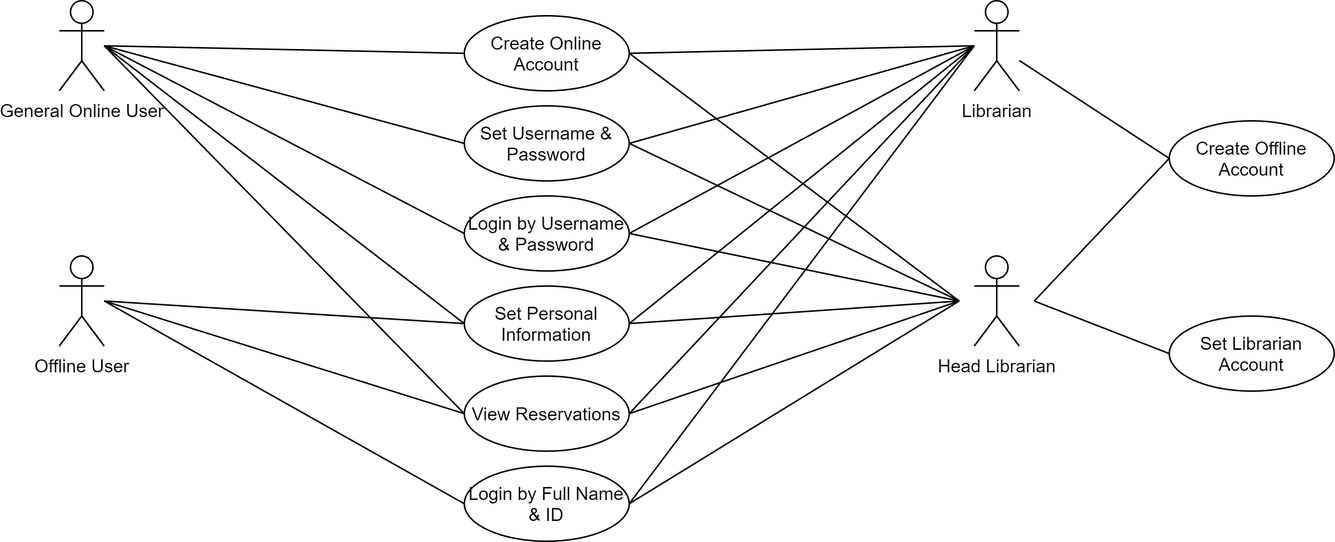
The draw.io diagram images/use_case_diagram_user_account.PNG in McGill-ECSE321-Fall2021/project-group-12, before a commit. Source tidied: cells renumbered, new cells last; positions are measured from the earlier drawing's top-left corner, leaving out a move shared by most shapes.
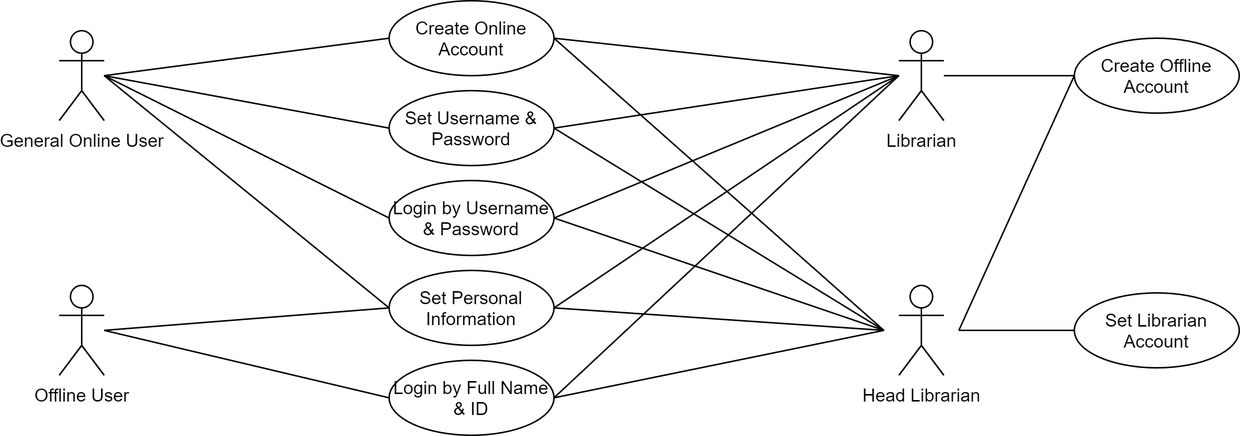
Later version of the same file.

Commit message:
Removed 'View Reservation' since it is the feature in 'Reserve Item' use case

Diff of the diagram source:
```diff
@@ -9,35 +9,32 @@
       <mxGeometry x="610" y="170" width="30" height="60" as="geometry" />
     </mxCell>
     <mxCell id="4" value="General Online User" style="shape=umlActor;verticalLabelPosition=bottom;verticalAlign=top;html=1;" parent="1" vertex="1">
-      <mxGeometry width="30" height="60" as="geometry" />
+      <mxGeometry x="50" width="30" height="60" as="geometry" />
     </mxCell>
     <mxCell id="5" value="Offline User" style="shape=umlActor;verticalLabelPosition=bottom;verticalAlign=top;html=1;" parent="1" vertex="1">
-      <mxGeometry y="170" width="30" height="60" as="geometry" />
+      <mxGeometry x="50" y="170" width="30" height="60" as="geometry" />
     </mxCell>
     <mxCell id="6" value="Create Online Account" style="ellipse;whiteSpace=wrap;html=1;" parent="1" vertex="1">
-      <mxGeometry x="270" y="10" width="110" height="50" as="geometry" />
+      <mxGeometry x="270" y="-20" width="110" height="50" as="geometry" />
     </mxCell>
     <mxCell id="7" value="Set Username &amp;amp; Password" style="ellipse;whiteSpace=wrap;html=1;" parent="1" vertex="1">
-      <mxGeometry x="270" y="70" width="110" height="50" as="geometry" />
+      <mxGeometry x="270" y="40" width="110" height="50" as="geometry" />
     </mxCell>
     <mxCell id="8" value="Set Personal Information" style="ellipse;whiteSpace=wrap;html=1;" parent="1" vertex="1">
-      <mxGeometry x="270" y="190" width="110" height="50" as="geometry" />
+      <mxGeometry x="270" y="160" width="110" height="50" as="geometry" />
     </mxCell>
     <mxCell id="9" value="Create Offline Account" style="ellipse;whiteSpace=wrap;html=1;" parent="1" vertex="1">
-      <mxGeometry x="740" y="80" width="110" height="50" as="geometry" />
+      <mxGeometry x="727" y="5" width="110" height="50" as="geometry" />
     </mxCell>
     <mxCell id="10" value="Login by Username &amp;amp; Password" style="ellipse;whiteSpace=wrap;html=1;" parent="1" vertex="1">
-      <mxGeometry x="270" y="130" width="110" height="50" as="geometry" />
+      <mxGeometry x="270" y="100" width="110" height="50" as="geometry" />
     </mxCell>
     <mxCell id="11" value="Login by Full Name &amp;amp; ID" style="ellipse;whiteSpace=wrap;html=1;" parent="1" vertex="1">
-      <mxGeometry x="270" y="310" width="110" height="50" as="geometry" />
+      <mxGeometry x="270" y="220" width="110" height="50" as="geometry" />
     </mxCell>
-    <mxCell id="12" value="View Reservations" style="ellipse;whiteSpace=wrap;html=1;" parent="1" vertex="1">
-      <mxGeometry x="270" y="250" width="110" height="50" as="geometry" />
-    </mxCell>
     <mxCell id="13" style="endArrow=none;html=1;rounded=0;entryX=0;entryY=0.5;entryDx=0;entryDy=0;" parent="1" edge="1" target="6">
       <mxGeometry relative="1" as="geometry">
-        <mxPoint x="30" y="30" as="sourcePoint" />
+        <mxPoint x="80" y="30" as="sourcePoint" />
       </mxGeometry>
     </mxCell>
     <mxCell id="14" style="endArrow=none;html=1;rounded=0;exitX=1;exitY=0.5;exitDx=0;exitDy=0;" parent="1" edge="1" source="6">
@@ -55,7 +52,7 @@
     </mxCell>
     <mxCell id="17" style="endArrow=none;html=1;rounded=0;entryX=0;entryY=0.5;entryDx=0;entryDy=0;" parent="1" edge="1" target="7">
       <mxGeometry relative="1" as="geometry">
-        <mxPoint x="30" y="30" as="sourcePoint" />
+        <mxPoint x="80" y="30" as="sourcePoint" />
       </mxGeometry>
     </mxCell>
     <mxCell id="18" style="endArrow=none;html=1;rounded=0;exitX=1;exitY=0.5;exitDx=0;exitDy=0;" parent="1" edge="1" source="7">
@@ -75,7 +72,7 @@
     </mxCell>
     <mxCell id="21" style="endArrow=none;html=1;rounded=0;entryX=0;entryY=0.5;entryDx=0;entryDy=0;" parent="1" edge="1" target="10">
       <mxGeometry relative="1" as="geometry">
-        <mxPoint x="30" y="30" as="sourcePoint" />
+        <mxPoint x="80" y="30" as="sourcePoint" />
       </mxGeometry>
     </mxCell>
     <mxCell id="22" style="endArrow=none;html=1;rounded=0;exitX=1;exitY=0.5;exitDx=0;exitDy=0;" parent="1" edge="1" source="10">
@@ -90,7 +87,7 @@
     </mxCell>
     <mxCell id="24" style="endArrow=none;html=1;rounded=0;entryX=0;entryY=0.5;entryDx=0;entryDy=0;" parent="1" edge="1" target="11">
       <mxGeometry relative="1" as="geometry">
-        <mxPoint x="30" y="200" as="sourcePoint" />
+        <mxPoint x="80" y="200" as="sourcePoint" />
       </mxGeometry>
     </mxCell>
     <mxCell id="25" style="endArrow=none;html=1;rounded=0;exitX=1;exitY=0.5;exitDx=0;exitDy=0;" parent="1" edge="1" source="11">
@@ -104,7 +101,7 @@
       </mxGeometry>
     </mxCell>
     <mxCell id="27" value="Set Librarian Account" style="ellipse;whiteSpace=wrap;html=1;" parent="1" vertex="1">
-      <mxGeometry x="740" y="210" width="110" height="50" as="geometry" />
+      <mxGeometry x="727" y="175" width="110" height="50" as="geometry" />
     </mxCell>
     <mxCell id="28" style="endArrow=none;html=1;rounded=0;entryX=0;entryY=0.5;entryDx=0;entryDy=0;" parent="1" edge="1" target="27">
       <mxGeometry relative="1" as="geometry">
@@ -113,7 +110,7 @@
     </mxCell>
     <mxCell id="29" style="endArrow=none;html=1;rounded=0;entryX=0;entryY=0.5;entryDx=0;entryDy=0;" parent="1" edge="1" target="8">
       <mxGeometry relative="1" as="geometry">
-        <mxPoint x="30" y="30" as="sourcePoint" />
+        <mxPoint x="80" y="30" as="sourcePoint" />
       </mxGeometry>
     </mxCell>
     <mxCell id="30" style="endArrow=none;html=1;rounded=0;exitX=1;exitY=0.5;exitDx=0;exitDy=0;" parent="1" edge="1" source="8">
@@ -128,28 +125,8 @@
     </mxCell>
     <mxCell id="32" style="endArrow=none;html=1;rounded=0;entryX=0;entryY=0.5;entryDx=0;entryDy=0;" parent="1" edge="1" target="8">
       <mxGeometry relative="1" as="geometry">
-        <mxPoint x="30" y="200" as="sourcePoint" />
+        <mxPoint x="80" y="200" as="sourcePoint" />
       </mxGeometry>
     </mxCell>
-    <mxCell id="33" style="endArrow=none;html=1;rounded=0;entryX=0;entryY=0.5;entryDx=0;entryDy=0;" parent="1" edge="1" target="12">
-      <mxGeometry relative="1" as="geometry">
-        <mxPoint x="30" y="30" as="sourcePoint" />
-      </mxGeometry>
-    </mxCell>
-    <mxCell id="34" style="endArrow=none;html=1;rounded=0;exitX=1;exitY=0.5;exitDx=0;exitDy=0;" parent="1" edge="1" source="12">
-      <mxGeometry relative="1" as="geometry">
-        <mxPoint x="610" y="30" as="targetPoint" />
-      </mxGeometry>
-    </mxCell>
-    <mxCell id="35" style="endArrow=none;html=1;rounded=0;exitX=1;exitY=0.5;exitDx=0;exitDy=0;" parent="1" edge="1" source="12">
-      <mxGeometry relative="1" as="geometry">
-        <mxPoint x="600" y="200" as="targetPoint" />
-      </mxGeometry>
-    </mxCell>
-    <mxCell id="36" style="endArrow=none;html=1;rounded=0;exitX=0;exitY=0.5;exitDx=0;exitDy=0;" parent="1" edge="1" source="12">
-      <mxGeometry relative="1" as="geometry">
-        <mxPoint x="30" y="200" as="targetPoint" />
-      </mxGeometry>
-    </mxCell>
   </root>
 </mxGraphModel>
```
